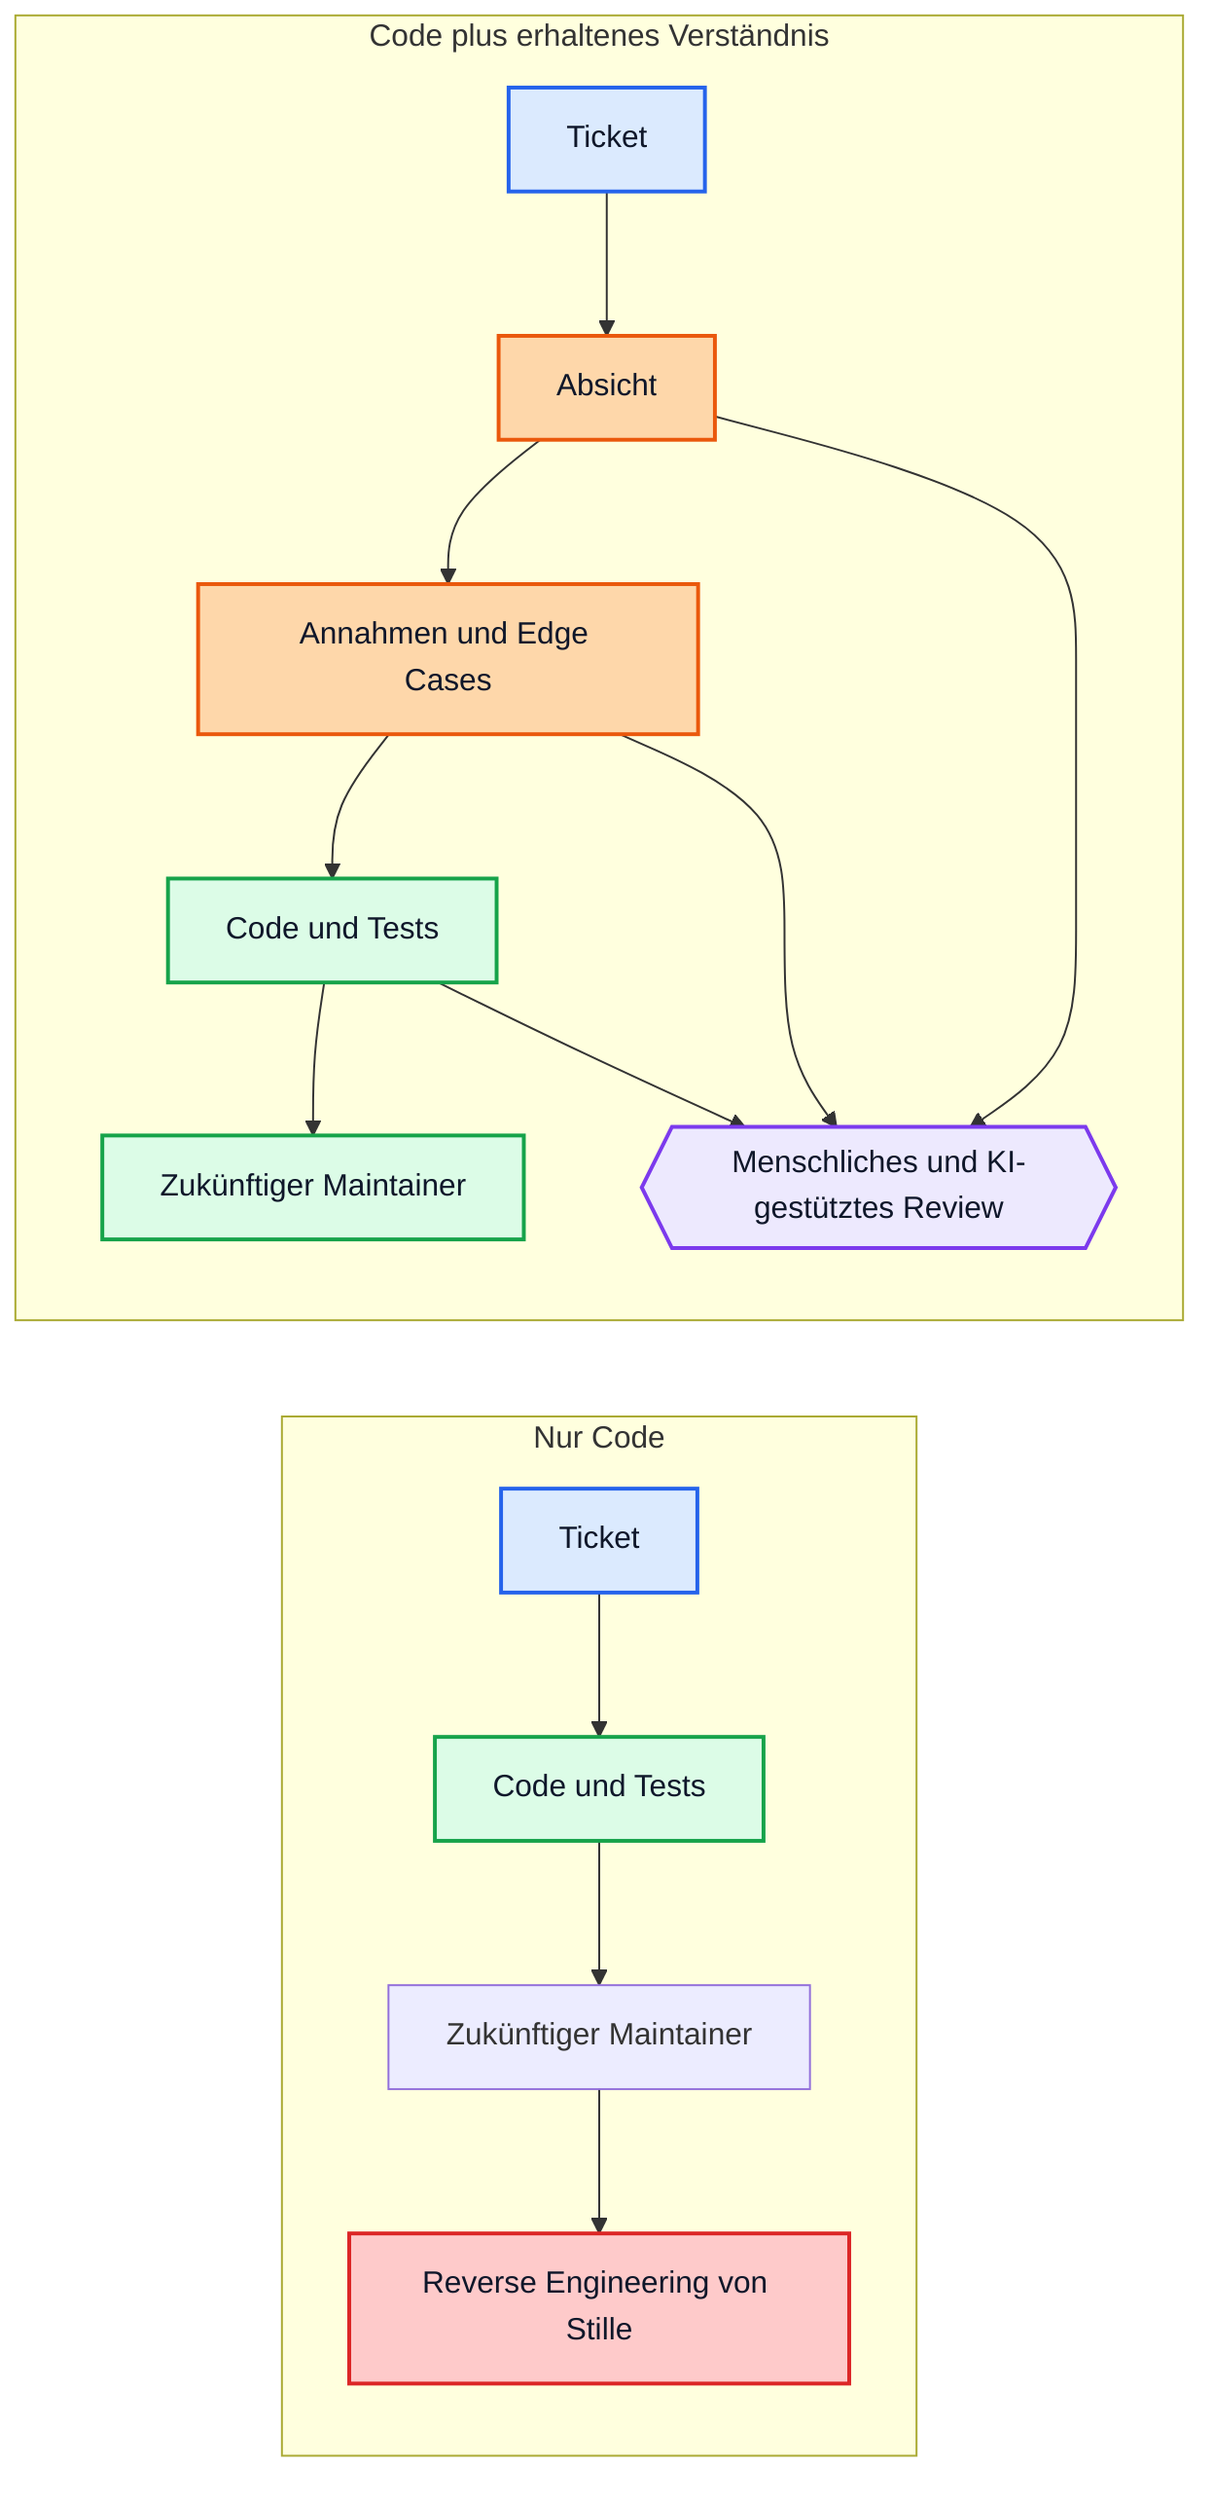
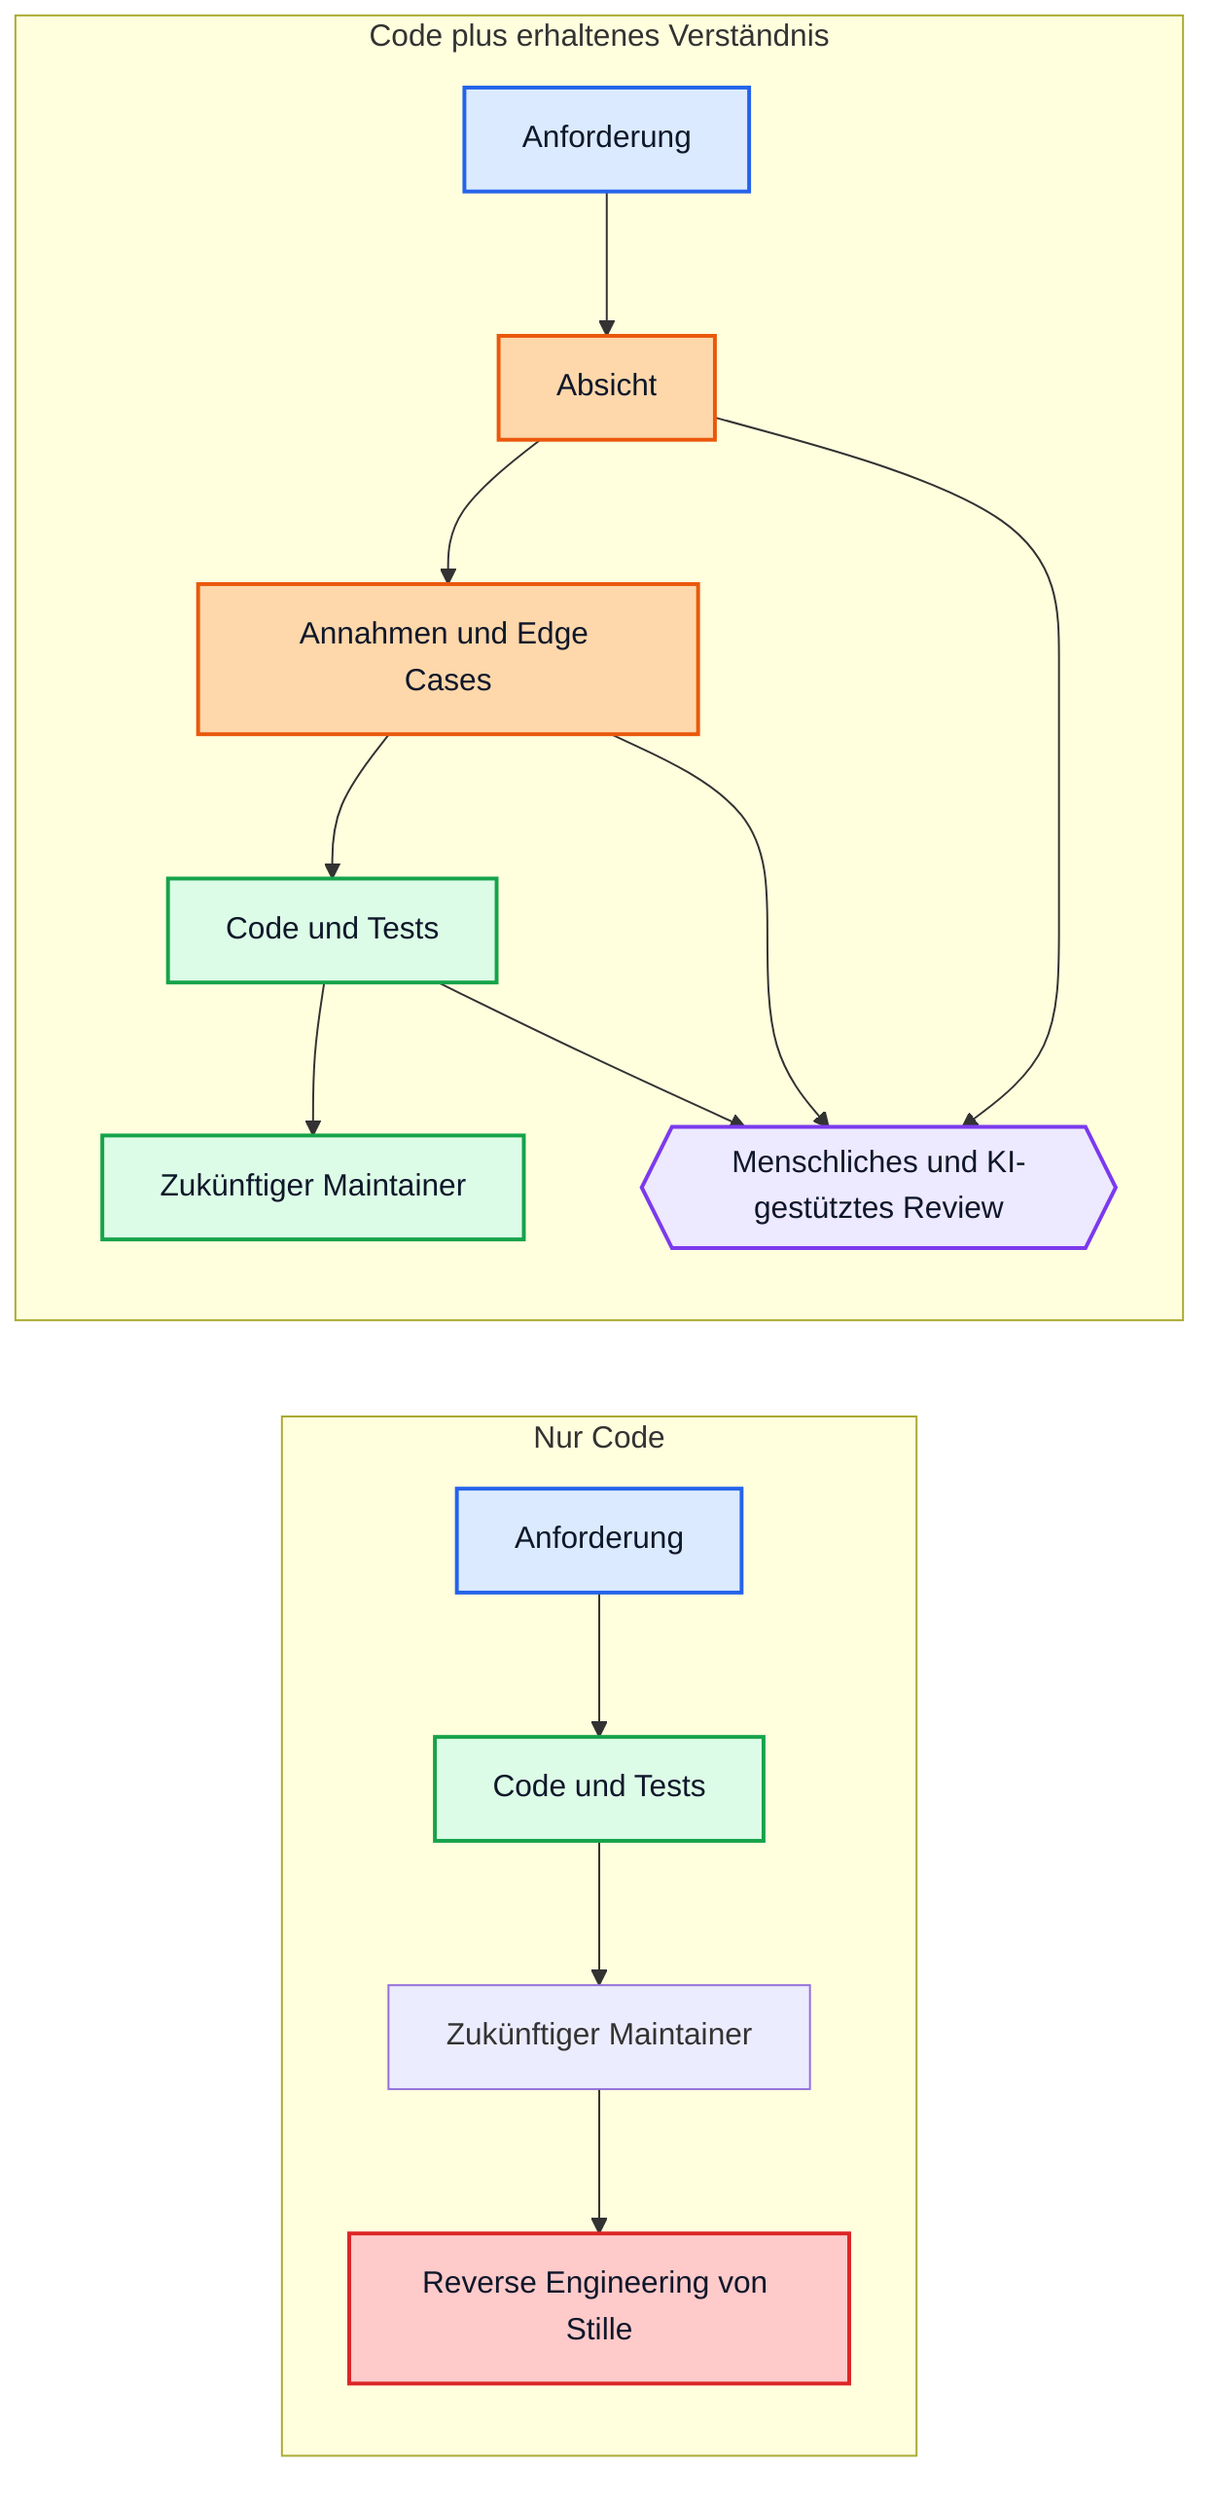
%% Blue = specification or source of truth.
%% Orange = inferred intent and preserved understanding.
%% Green = implementation artifacts.
%% Purple = review and validation loops.
%% Red = maintainability risk.
%% Mermaid source is authoritative. Render with htmlLabels: false via tools/mermaid-render-config.json.
flowchart LR
    subgraph LEFT[Nur Code]
-         LSPEC[Ticket]
+         LSPEC[Anforderung]
        LCODE[Code und Tests]
        LMAINT[Zukünftiger Maintainer]
        LRISK[Reverse Engineering von Stille]

        LSPEC --> LCODE --> LMAINT --> LRISK
    end

    subgraph RIGHT[Code plus erhaltenes Verständnis]
-         RSPEC[Ticket]
+         RSPEC[Anforderung]
        RINTENT[Absicht]
        RASSUME[Annahmen und Edge Cases]
        RCODE[Code und Tests]
        RREVIEW{{Menschliches und KI-gestütztes Review}}
        RMAINT[Zukünftiger Maintainer]

        RSPEC --> RINTENT --> RASSUME --> RCODE --> RMAINT
        RINTENT --> RREVIEW
        RASSUME --> RREVIEW
        RCODE --> RREVIEW
    end

    classDef source fill:#dbeafe,stroke:#2563eb,stroke-width:2px,color:#0f172a;
    classDef understanding fill:#fed7aa,stroke:#ea580c,stroke-width:2px,color:#0f172a;
    classDef implementation fill:#dcfce7,stroke:#16a34a,stroke-width:2px,color:#0f172a;
    classDef review fill:#ede9fe,stroke:#7c3aed,stroke-width:2px,color:#0f172a;
    classDef risk fill:#fecaca,stroke:#dc2626,stroke-width:2px,color:#0f172a;

    class LSPEC,RSPEC source;
    class RINTENT,RASSUME understanding;
    class LCODE,RCODE,RMAINT implementation;
    class RREVIEW review;
    class LRISK risk;
